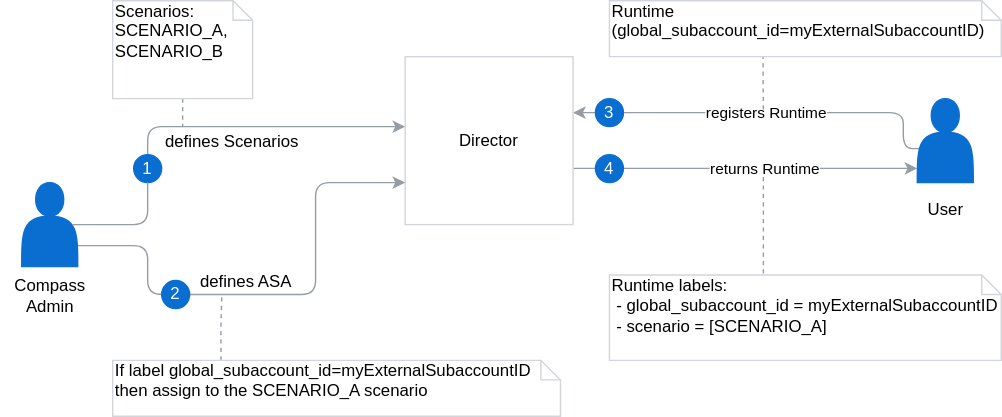
The draw.io diagram docs/compass/assets/automatic-scenario-assign.svg in kyma-incubator/compass, before a commit. Source tidied: cells renumbered, new cells last; positions are measured from the earlier drawing's top-left corner, leaving out a move shared by most shapes.
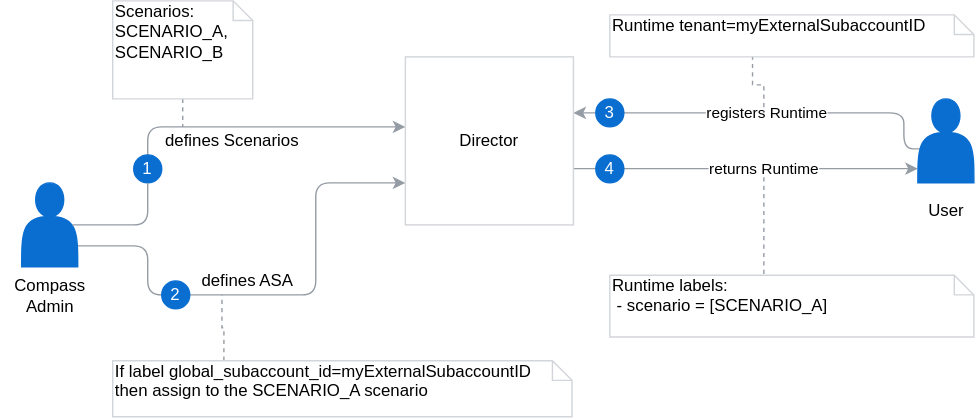
After the change.

Commit message:
Address comments

What changed in the source:
```diff
@@ -56,16 +56,16 @@
         <mxPoint x="158" y="210" as="targetPoint" />
       </mxGeometry>
     </mxCell>
-    <mxCell id="11" value="If label global_subaccount_id=myExternalSubaccountID then assign to the SCENARIO_A scenario" style="shape=note;whiteSpace=wrap;html=1;size=14;verticalAlign=top;align=left;spacingTop=-6;strokeColor=#D2D5D9;" parent="1" vertex="1">
-      <mxGeometry x="80" y="257" width="320" height="40" as="geometry" />
+    <mxCell id="11" value="If label global_subaccount_id=myExternalSubaccountID&lt;br&gt;then assign to the SCENARIO_A scenario" style="shape=note;whiteSpace=wrap;html=1;size=14;verticalAlign=top;align=left;spacingTop=-6;strokeColor=#D2D5D9;" parent="1" vertex="1">
+      <mxGeometry x="80" y="257" width="328" height="40" as="geometry" />
     </mxCell>
     <mxCell id="12" style="edgeStyle=orthogonalEdgeStyle;rounded=0;jettySize=auto;html=1;dashed=1;startArrow=none;startFill=0;endArrow=none;endFill=0;strokeColor=#959CA4;exitX=0.392;exitY=0.967;exitDx=0;exitDy=0;exitPerimeter=0;" parent="1" edge="1" source="13">
       <mxGeometry relative="1" as="geometry">
         <mxPoint x="545" y="80" as="targetPoint" />
       </mxGeometry>
     </mxCell>
-    <mxCell id="13" value="Runtime (global_subaccount_id=myExternalSubaccountID)" style="shape=note;whiteSpace=wrap;html=1;size=14;verticalAlign=top;align=left;spacingTop=-6;strokeColor=#D2D5D9;" parent="1" vertex="1">
-      <mxGeometry x="435" width="280" height="40" as="geometry" />
+    <mxCell id="13" value="Runtime tenant=myExternalSubaccountID" style="shape=note;whiteSpace=wrap;html=1;size=14;verticalAlign=top;align=left;spacingTop=-6;strokeColor=#D2D5D9;" parent="1" vertex="1">
+      <mxGeometry x="435" y="10" width="260" height="30" as="geometry" />
     </mxCell>
     <mxCell id="14" style="shape=actor;whiteSpace=wrap;html=1;fillColor=#0A6ED1;strokeColor=#0A6ED1;" parent="1" vertex="1">
       <mxGeometry x="655" y="70" width="40" height="60" as="geometry" />
@@ -91,8 +91,8 @@
         <mxPoint x="545" y="126" as="targetPoint" />
       </mxGeometry>
     </mxCell>
-    <mxCell id="21" value="Runtime labels:&lt;br&gt;&amp;nbsp;- global_subaccount_id&amp;nbsp;= myExternalSubaccountID&lt;br&gt;&amp;nbsp;- scenario = [SCENARIO_A]" style="shape=note;whiteSpace=wrap;html=1;size=14;verticalAlign=top;align=left;spacingTop=-6;strokeColor=#D2D5D9;" parent="1" vertex="1">
-      <mxGeometry x="435" y="196" width="280" height="61" as="geometry" />
+    <mxCell id="21" value="Runtime labels:&lt;br&gt;&amp;nbsp;- scenario = [SCENARIO_A]" style="shape=note;whiteSpace=wrap;html=1;size=14;verticalAlign=top;align=left;spacingTop=-6;strokeColor=#D2D5D9;" parent="1" vertex="1">
+      <mxGeometry x="435" y="196" width="260" height="44" as="geometry" />
     </mxCell>
     <mxCell id="22" value="&lt;font color=&quot;#ffffff&quot;&gt;4&lt;/font&gt;" style="ellipse;whiteSpace=wrap;html=1;strokeColor=#0A6ED1;fillColor=#0A6ED1;" parent="1" vertex="1">
       <mxGeometry x="425" y="110" width="20" height="20" as="geometry" />
```
